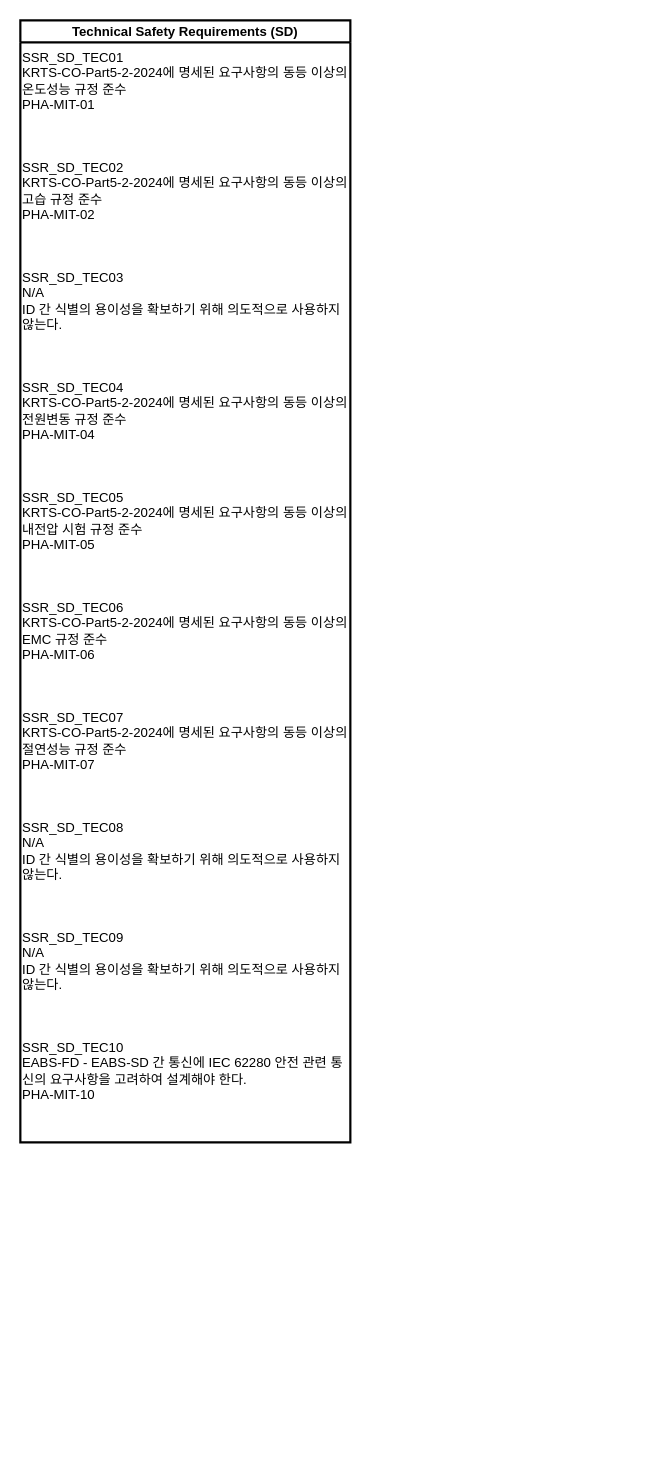
chillin2/MyDraw.io keeps this draw.io diagram as page "Technical Safety Requirements (SD)" (4 of 7) of EABS_SIL4/FCPU/SRS_to_Block_Diagram00.drawio. Above is the earlier version. Source tidied: cells renumbered, new cells numbered last; positions are measured from the earlier drawing's top-left corner, leaving out a move shared by most shapes. Both pictures are drawn from the tidied source at 110%, with x=0, y=0 at pixel (20, 20).
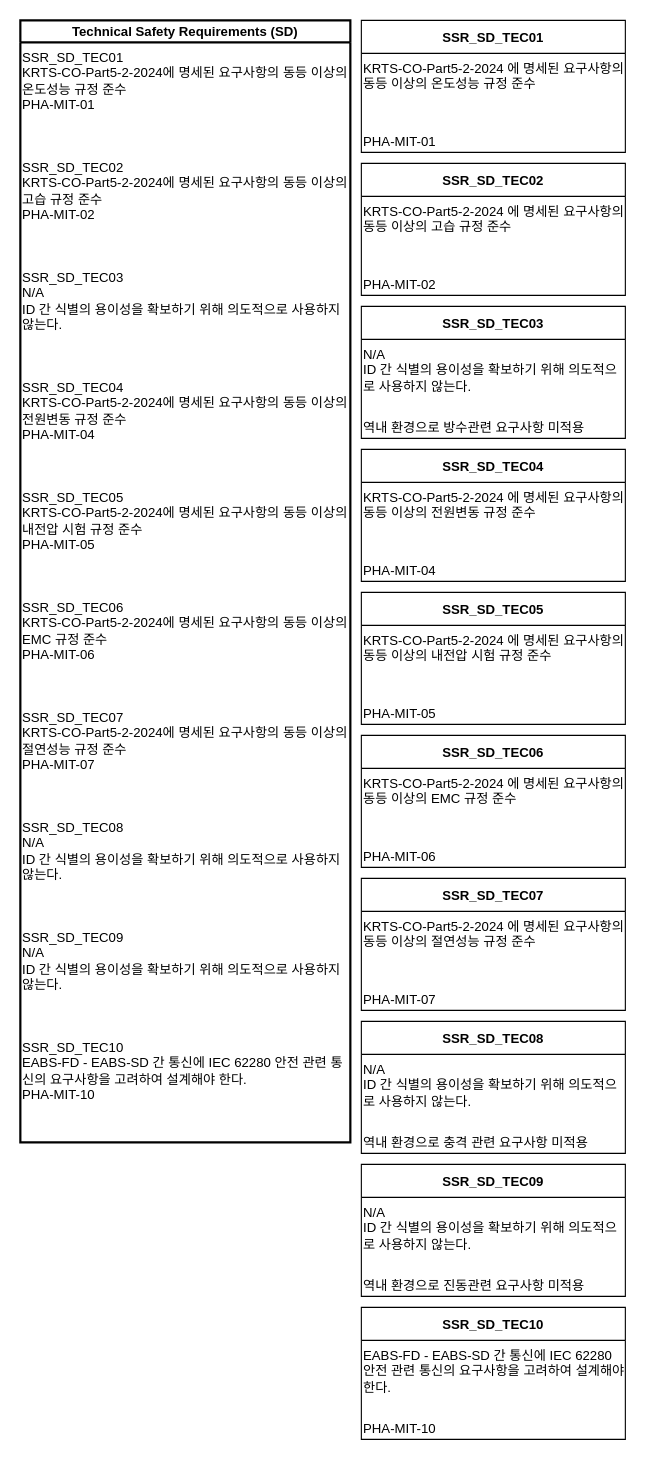
The same diagram, later.

The edit, as a diff of the source:
```diff
@@
+    <mxCell id="13" value="SSR_SD_TEC01" style="swimlane;horizontal=1;startSize=30;" parent="1" vertex="1">
+      <mxGeometry x="310" width="240" height="120" as="geometry" />
+    </mxCell>
+    <mxCell id="14" value="KRTS-CO-Part5-2-2024 에 명세된 요구사항의 동등 이상의 온도성능 규정 준수" style="text;strokeColor=none;fillColor=none;whiteSpace=wrap;" parent="13" vertex="1">
+      <mxGeometry y="30" width="240" height="60" as="geometry" />
+    </mxCell>
+    <mxCell id="15" value="PHA-MIT-01" style="text;strokeColor=none;fillColor=none;whiteSpace=wrap;verticalAlign=bottom;" parent="13" vertex="1">
+      <mxGeometry y="90" width="240" height="30" as="geometry" />
+    </mxCell>
+    <mxCell id="16" value="SSR_SD_TEC02" style="swimlane;horizontal=1;startSize=30;" parent="1" vertex="1">
+      <mxGeometry x="310" y="130" width="240" height="120" as="geometry" />
+    </mxCell>
+    <mxCell id="17" value="KRTS-CO-Part5-2-2024 에 명세된 요구사항의 동등 이상의 고습 규정 준수" style="text;strokeColor=none;fillColor=none;whiteSpace=wrap;" parent="16" vertex="1">
+      <mxGeometry y="30" width="240" height="60" as="geometry" />
+    </mxCell>
+    <mxCell id="18" value="PHA-MIT-02" style="text;strokeColor=none;fillColor=none;whiteSpace=wrap;verticalAlign=bottom;" parent="16" vertex="1">
+      <mxGeometry y="90" width="240" height="30" as="geometry" />
+    </mxCell>
+    <mxCell id="19" value="SSR_SD_TEC03" style="swimlane;horizontal=1;startSize=30;" parent="1" vertex="1">
+      <mxGeometry x="310" y="260" width="240" height="120" as="geometry" />
+    </mxCell>
+    <mxCell id="20" value="N/A&#10;ID 간 식별의 용이성을 확보하기 위해 의도적으로 사용하지 않는다." style="text;strokeColor=none;fillColor=none;whiteSpace=wrap;" parent="19" vertex="1">
+      <mxGeometry y="30" width="240" height="60" as="geometry" />
+    </mxCell>
+    <mxCell id="21" value="역내 환경으로 방수관련 요구사항 미적용" style="text;strokeColor=none;fillColor=none;whiteSpace=wrap;verticalAlign=bottom;" parent="19" vertex="1">
+      <mxGeometry y="90" width="240" height="30" as="geometry" />
+    </mxCell>
+    <mxCell id="22" value="SSR_SD_TEC04" style="swimlane;horizontal=1;startSize=30;" parent="1" vertex="1">
+      <mxGeometry x="310" y="390" width="240" height="120" as="geometry" />
+    </mxCell>
+    <mxCell id="23" value="KRTS-CO-Part5-2-2024 에 명세된 요구사항의 동등 이상의 전원변동 규정 준수" style="text;strokeColor=none;fillColor=none;whiteSpace=wrap;" parent="22" vertex="1">
+      <mxGeometry y="30" width="240" height="60" as="geometry" />
+    </mxCell>
+    <mxCell id="24" value="PHA-MIT-04" style="text;strokeColor=none;fillColor=none;whiteSpace=wrap;verticalAlign=bottom;" parent="22" vertex="1">
+      <mxGeometry y="90" width="240" height="30" as="geometry" />
+    </mxCell>
+    <mxCell id="25" value="SSR_SD_TEC05" style="swimlane;horizontal=1;startSize=30;" parent="1" vertex="1">
+      <mxGeometry x="310" y="520" width="240" height="120" as="geometry" />
+    </mxCell>
+    <mxCell id="26" value="KRTS-CO-Part5-2-2024 에 명세된 요구사항의 동등 이상의 내전압 시험 규정 준수" style="text;strokeColor=none;fillColor=none;whiteSpace=wrap;" parent="25" vertex="1">
+      <mxGeometry y="30" width="240" height="60" as="geometry" />
+    </mxCell>
+    <mxCell id="27" value="PHA-MIT-05" style="text;strokeColor=none;fillColor=none;whiteSpace=wrap;verticalAlign=bottom;" parent="25" vertex="1">
+      <mxGeometry y="90" width="240" height="30" as="geometry" />
+    </mxCell>
+    <mxCell id="28" value="SSR_SD_TEC06" style="swimlane;horizontal=1;startSize=30;" parent="1" vertex="1">
+      <mxGeometry x="310" y="650" width="240" height="120" as="geometry" />
+    </mxCell>
+    <mxCell id="29" value="KRTS-CO-Part5-2-2024 에 명세된 요구사항의 동등 이상의 EMC 규정 준수" style="text;strokeColor=none;fillColor=none;whiteSpace=wrap;" parent="28" vertex="1">
+      <mxGeometry y="30" width="240" height="60" as="geometry" />
+    </mxCell>
+    <mxCell id="30" value="PHA-MIT-06" style="text;strokeColor=none;fillColor=none;whiteSpace=wrap;verticalAlign=bottom;" parent="28" vertex="1">
+      <mxGeometry y="90" width="240" height="30" as="geometry" />
+    </mxCell>
+    <mxCell id="31" value="SSR_SD_TEC07" style="swimlane;horizontal=1;startSize=30;" parent="1" vertex="1">
+      <mxGeometry x="310" y="780" width="240" height="120" as="geometry" />
+    </mxCell>
+    <mxCell id="32" value="KRTS-CO-Part5-2-2024 에 명세된 요구사항의 동등 이상의 절연성능 규정 준수" style="text;strokeColor=none;fillColor=none;whiteSpace=wrap;" parent="31" vertex="1">
+      <mxGeometry y="30" width="240" height="60" as="geometry" />
+    </mxCell>
+    <mxCell id="33" value="PHA-MIT-07" style="text;strokeColor=none;fillColor=none;whiteSpace=wrap;verticalAlign=bottom;" parent="31" vertex="1">
+      <mxGeometry y="90" width="240" height="30" as="geometry" />
+    </mxCell>
+    <mxCell id="34" value="SSR_SD_TEC08" style="swimlane;horizontal=1;startSize=30;" parent="1" vertex="1">
+      <mxGeometry x="310" y="910" width="240" height="120" as="geometry" />
+    </mxCell>
+    <mxCell id="35" value="N/A&#10;ID 간 식별의 용이성을 확보하기 위해 의도적으로 사용하지 않는다." style="text;strokeColor=none;fillColor=none;whiteSpace=wrap;" parent="34" vertex="1">
+      <mxGeometry y="30" width="240" height="60" as="geometry" />
+    </mxCell>
+    <mxCell id="36" value="역내 환경으로 충격 관련 요구사항 미적용" style="text;strokeColor=none;fillColor=none;whiteSpace=wrap;verticalAlign=bottom;" parent="34" vertex="1">
+      <mxGeometry y="90" width="240" height="30" as="geometry" />
+    </mxCell>
+    <mxCell id="37" value="SSR_SD_TEC09" style="swimlane;horizontal=1;startSize=30;" parent="1" vertex="1">
+      <mxGeometry x="310" y="1040" width="240" height="120" as="geometry" />
+    </mxCell>
+    <mxCell id="38" value="N/A&#10;ID 간 식별의 용이성을 확보하기 위해 의도적으로 사용하지 않는다." style="text;strokeColor=none;fillColor=none;whiteSpace=wrap;" parent="37" vertex="1">
+      <mxGeometry y="30" width="240" height="60" as="geometry" />
+    </mxCell>
+    <mxCell id="39" value="역내 환경으로 진동관련 요구사항 미적용" style="text;strokeColor=none;fillColor=none;whiteSpace=wrap;verticalAlign=bottom;" parent="37" vertex="1">
+      <mxGeometry y="90" width="240" height="30" as="geometry" />
+    </mxCell>
+    <mxCell id="40" value="SSR_SD_TEC10" style="swimlane;horizontal=1;startSize=30;" parent="1" vertex="1">
+      <mxGeometry x="310" y="1170" width="240" height="120" as="geometry" />
+    </mxCell>
+    <mxCell id="41" value="EABS-FD - EABS-SD 간 통신에 IEC 62280 안전 관련 통신의 요구사항을 고려하여 설계해야 한다." style="text;strokeColor=none;fillColor=none;whiteSpace=wrap;" parent="40" vertex="1">
+      <mxGeometry y="30" width="240" height="60" as="geometry" />
+    </mxCell>
+    <mxCell id="42" value="PHA-MIT-10" style="text;strokeColor=none;fillColor=none;whiteSpace=wrap;verticalAlign=bottom;" parent="40" vertex="1">
+      <mxGeometry y="90" width="240" height="30" as="geometry" />
+    </mxCell>
```
